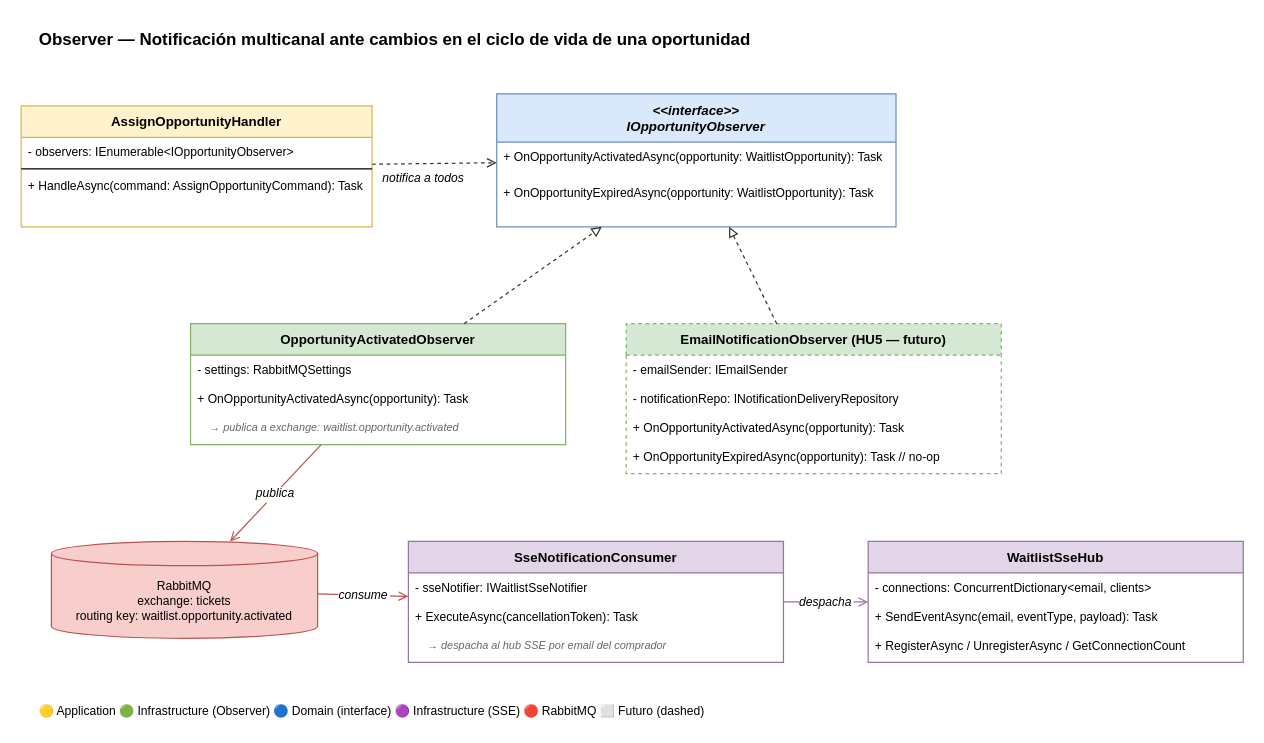
Before: docs/Features/Feature1/patterns/observer.drawio in Jomruizgo/ticketing_project_week1, a draw.io diagram. Source tidied: cells renumbered, new cells numbered last; positions are measured from the earlier drawing's top-left corner, leaving out a move shared by most shapes. Both pictures are drawn from the tidied source at 121%, with x=0, y=0 at pixel (21, 21).
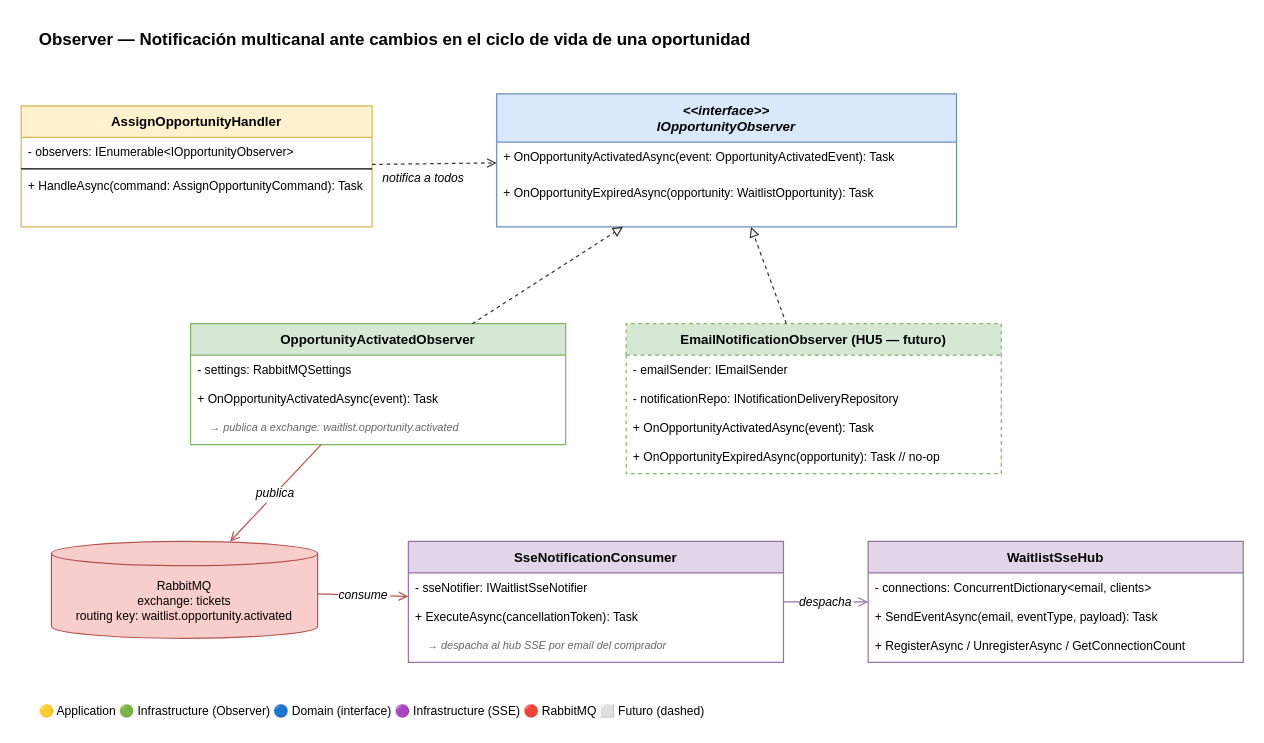
Above is the later version.

Unchanged cells that the change refers to:
```xml
<mxCell id="10" value="OpportunityActivatedObserver" style="swimlane;fontStyle=1;align=center;startSize=26;fontSize=11;fillColor=#d5e8d4;strokeColor=#82b366;" parent="1" vertex="1">
  <mxGeometry x="140" y="250" width="310" height="100" as="geometry" />
</mxCell>
<mxCell id="14" value="EmailNotificationObserver (HU5 — futuro)" style="swimlane;fontStyle=1;align=center;startSize=26;fontSize=11;fillColor=#d5e8d4;strokeColor=#82b366;dashed=1;" parent="1" vertex="1">
  <mxGeometry x="500" y="250" width="310" height="124" as="geometry" />
</mxCell>
```

The edit, as a diff of the source:
```diff
@@
     <mxCell id="3" value="&lt;&lt;interface&gt;&gt;&#10;IOpportunityObserver" style="swimlane;fontStyle=3;align=center;startSize=40;fontSize=11;fillColor=#dae8fc;strokeColor=#6c8ebf;" parent="1" vertex="1">
-      <mxGeometry x="393" y="60" width="330" height="110" as="geometry" />
+      <mxGeometry x="393" y="60" width="380" height="110" as="geometry" />
     </mxCell>
-    <mxCell id="4" value="+ OnOpportunityActivatedAsync(opportunity: WaitlistOpportunity): Task" style="text;align=left;fontSize=10;spacingLeft=4;" parent="3" vertex="1">
-      <mxGeometry y="40" width="330" height="30" as="geometry" />
+    <mxCell id="4" value="+ OnOpportunityActivatedAsync(event: OpportunityActivatedEvent): Task" style="text;align=left;fontSize=10;spacingLeft=4;" parent="3" vertex="1">
+      <mxGeometry y="40" width="380" height="30" as="geometry" />
     </mxCell>
     <mxCell id="5" value="+ OnOpportunityExpiredAsync(opportunity: WaitlistOpportunity): Task" style="text;align=left;fontSize=10;spacingLeft=4;" parent="3" vertex="1">
-      <mxGeometry y="70" width="330" height="30" as="geometry" />
+      <mxGeometry y="70" width="380" height="30" as="geometry" />
     </mxCell>
@@
-    <mxCell id="12" value="+ OnOpportunityActivatedAsync(opportunity): Task" style="text;align=left;fontSize=10;spacingLeft=4;" parent="10" vertex="1">
+    <mxCell id="12" value="+ OnOpportunityActivatedAsync(event): Task" style="text;align=left;fontSize=10;spacingLeft=4;" parent="10" vertex="1">
       <mxGeometry y="50" width="310" height="24" as="geometry" />
     </mxCell>
@@
-    <mxCell id="17" value="+ OnOpportunityActivatedAsync(opportunity): Task" style="text;align=left;fontSize=10;spacingLeft=4;" parent="14" vertex="1">
+    <mxCell id="17" value="+ OnOpportunityActivatedAsync(event): Task" style="text;align=left;fontSize=10;spacingLeft=4;" parent="14" vertex="1">
       <mxGeometry y="74" width="310" height="24" as="geometry" />
     </mxCell>
```
